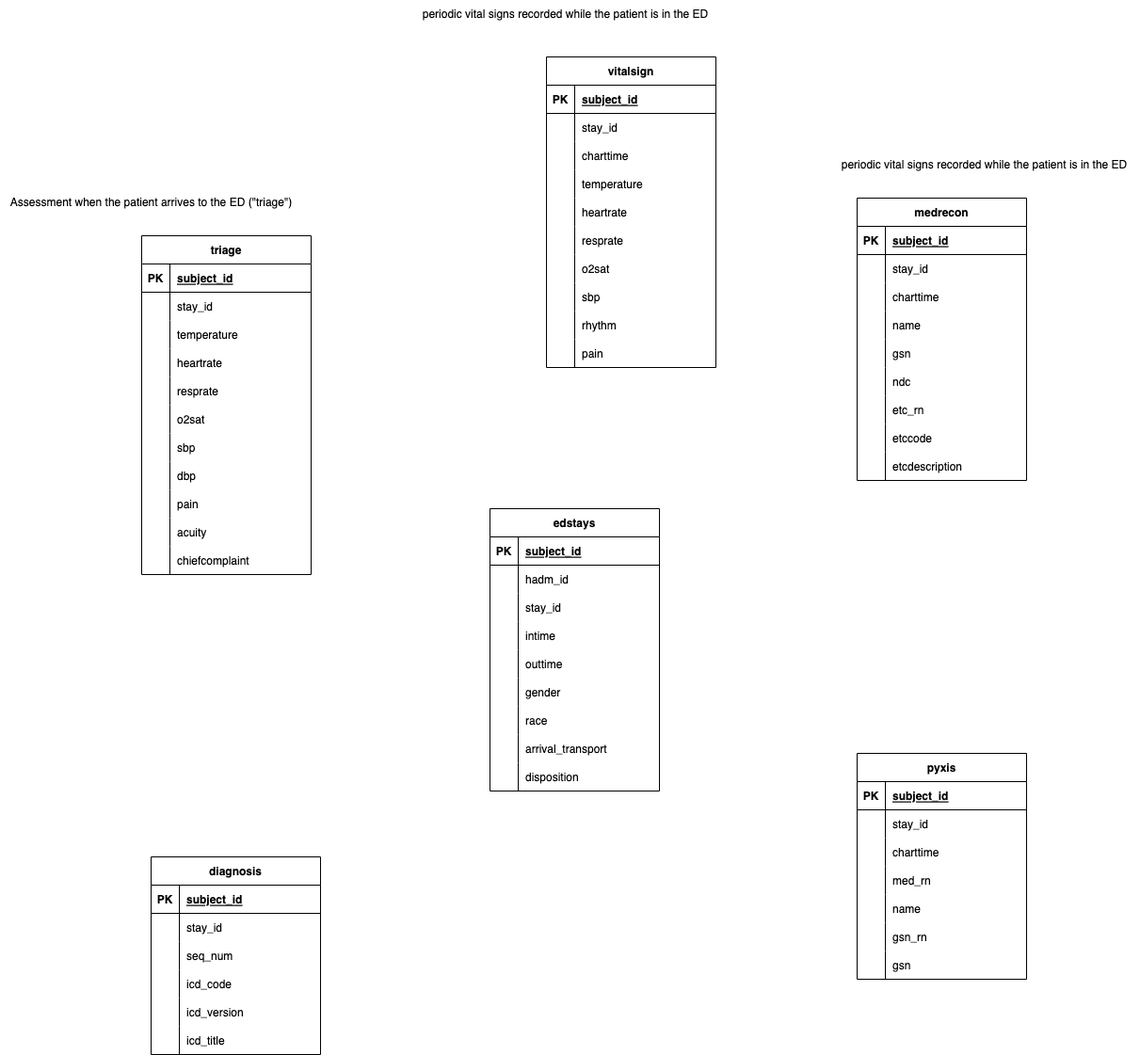
Before: drawings/mimic4-ed/mimic4.drawio.png, a diagram exported from draw.io (a4lamber/aws-s3). Source tidied: cells renumbered, new cells last; positions are measured from the earlier drawing's top-left corner, leaving out a move shared by most shapes.
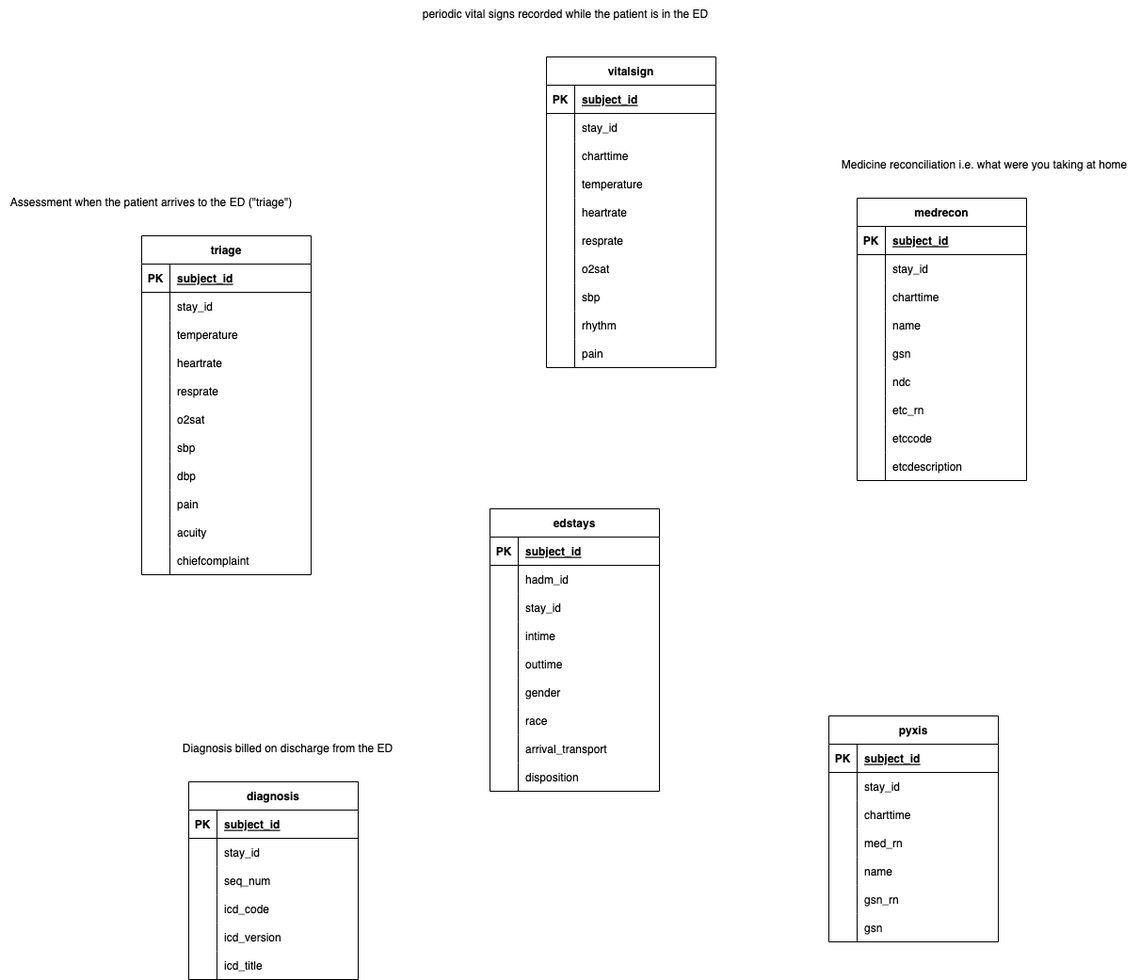
Above is the later version.

Change to the diagram source:
```diff
@@ -366,7 +366,7 @@
       <mxGeometry x="30" width="150" height="30" as="geometry" />
     </mxCell>
     <mxCell id="123" value="pyxis" style="shape=table;startSize=30;rowLines=0;fontStyle=1;align=center;" parent="1" vertex="1">
-      <mxGeometry x="910" y="800" width="180" height="240" as="geometry" />
+      <mxGeometry x="880" y="760" width="180" height="240" as="geometry" />
     </mxCell>
     <mxCell id="124" style="shape=tableRow;horizontal=0;startSize=0;swimlaneHead=0;swimlaneBody=0;fillColor=none;top=0;left=0;right=0;bottom=1;" parent="123" vertex="1">
       <mxGeometry y="30" width="180" height="30" as="geometry" />
@@ -432,7 +432,7 @@
       <mxGeometry x="30" width="150" height="30" as="geometry" />
     </mxCell>
     <mxCell id="145" value="diagnosis" style="shape=table;startSize=30;rowLines=0;fontStyle=1;align=center;" parent="1" vertex="1">
-      <mxGeometry x="160" y="910" width="180" height="210" as="geometry" />
+      <mxGeometry x="200" y="830" width="180" height="210" as="geometry" />
     </mxCell>
     <mxCell id="146" style="shape=tableRow;horizontal=0;startSize=0;swimlaneHead=0;swimlaneBody=0;fillColor=none;top=0;left=0;right=0;bottom=1;" parent="145" vertex="1">
       <mxGeometry y="30" width="180" height="30" as="geometry" />
@@ -494,8 +494,11 @@
     <mxCell id="165" value="periodic vital signs recorded while the patient is in the ED" style="text;html=1;align=center;verticalAlign=middle;strokeColor=none;fillColor=none;" parent="1" vertex="1">
       <mxGeometry x="435" width="330" height="30" as="geometry" />
     </mxCell>
-    <mxCell id="166" value="periodic vital signs recorded while the patient is in the ED" style="text;html=1;align=center;verticalAlign=middle;strokeColor=none;fillColor=none;" parent="1" vertex="1">
+    <mxCell id="166" value="Medicine reconciliation i.e. what were you taking at home" style="text;html=1;align=center;verticalAlign=middle;strokeColor=none;fillColor=none;" parent="1" vertex="1">
       <mxGeometry x="880" y="160" width="330" height="30" as="geometry" />
     </mxCell>
+    <mxCell id="167" value="Diagnosis billed on discharge from the ED" style="text;html=1;align=center;verticalAlign=middle;strokeColor=none;fillColor=none;" parent="1" vertex="1">
+      <mxGeometry x="180" y="780" width="250" height="30" as="geometry" />
+    </mxCell>
   </root>
 </mxGraphModel>
```
